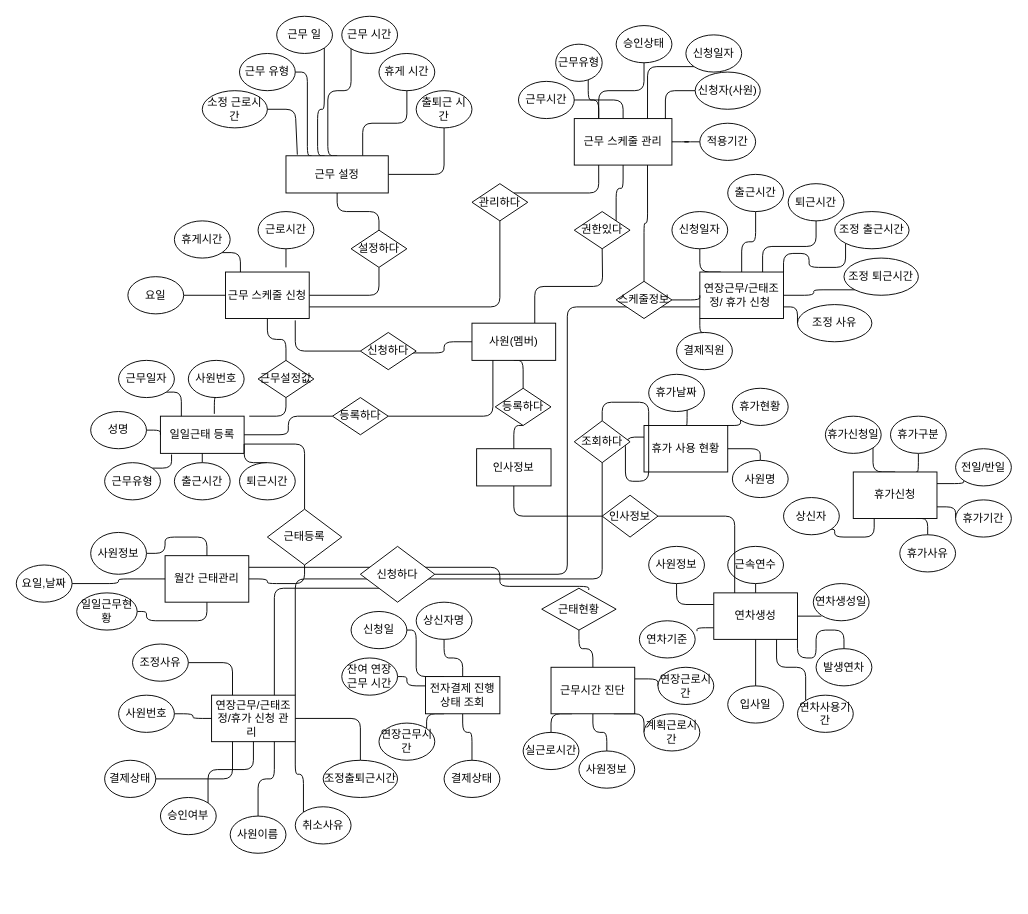
Above: Database/제목 없는 다이어그램.drawio in hearanchoi/TIL (draw.io), before the change. Source tidied: cells renumbered, new cells numbered last; positions are measured from the earlier drawing's top-left corner, leaving out a move shared by most shapes. Both pictures are drawn from the tidied source at 93%, with x=0, y=0 at pixel (16, 16).
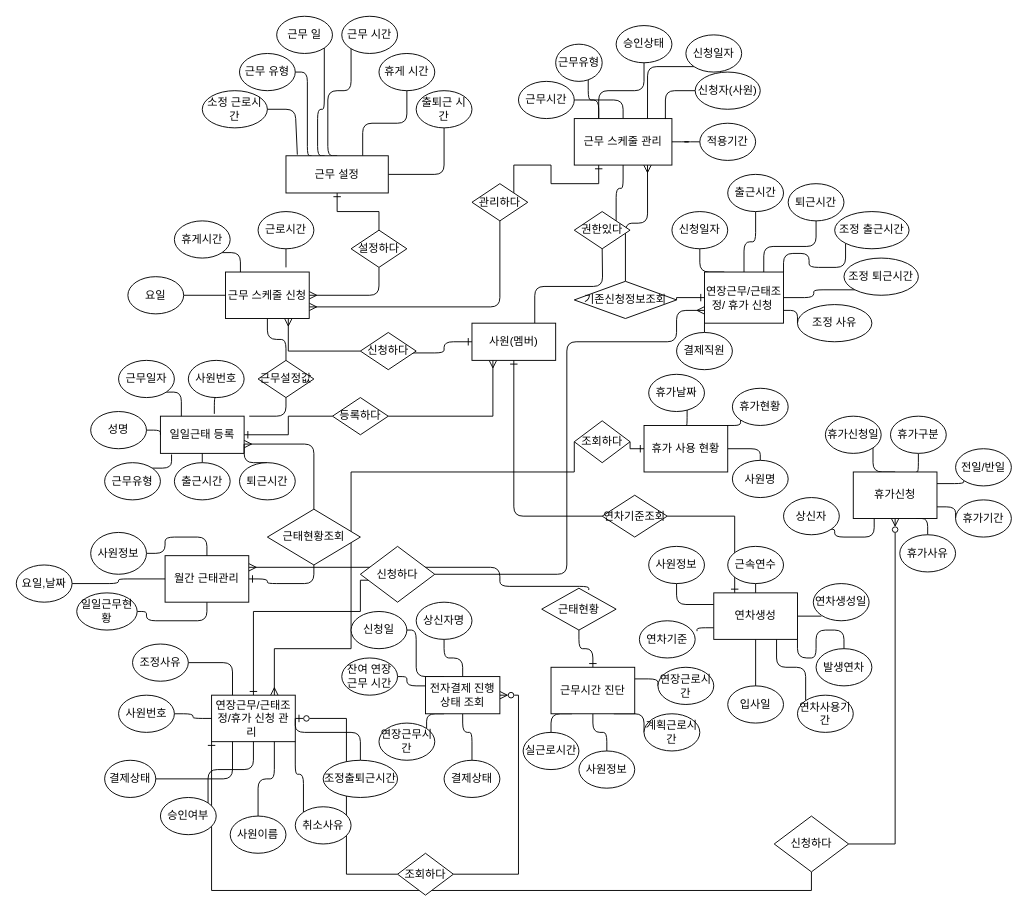
After the change.

Commit message:
근태관리 관계 업데이트

Unchanged cells that the change refers to:
```xml
<mxCell id="7" value="근무 설정" style="rounded=0;whiteSpace=wrap;html=1;labelBackgroundColor=none;" parent="1" vertex="1">
  <mxGeometry x="290" y="150" width="110" height="40" as="geometry" />
</mxCell>
<mxCell id="19" value="근무 스케줄 관리" style="rounded=0;whiteSpace=wrap;html=1;" parent="1" vertex="1">
  <mxGeometry x="600" y="110" width="105" height="50" as="geometry" />
</mxCell>
<mxCell id="32" value="근무 스케줄 신청" style="rounded=0;whiteSpace=wrap;html=1;" parent="1" vertex="1">
  <mxGeometry x="225" y="275" width="90" height="50" as="geometry" />
</mxCell>
<mxCell id="34" value="일일근태 등록" style="rounded=0;whiteSpace=wrap;html=1;" parent="1" vertex="1">
  <mxGeometry x="155" y="430" width="90" height="40" as="geometry" />
</mxCell>
<mxCell id="36" value="연장근무/근태조정/휴가 신청 관리&amp;nbsp;" style="rounded=0;whiteSpace=wrap;html=1;" parent="1" vertex="1">
  <mxGeometry x="210" y="730" width="90" height="50" as="geometry" />
</mxCell>
<mxCell id="50" value="전자결제 진행상태 조회" style="rounded=0;whiteSpace=wrap;html=1;" parent="1" vertex="1">
  <mxGeometry x="440" y="710" width="80" height="40" as="geometry" />
</mxCell>
<mxCell id="58" value="연차생성" style="rounded=0;whiteSpace=wrap;html=1;" parent="1" vertex="1">
  <mxGeometry x="750" y="620" width="90" height="50" as="geometry" />
</mxCell>
<mxCell id="65" value="휴가신청" style="rounded=0;whiteSpace=wrap;html=1;" parent="1" vertex="1">
  <mxGeometry x="900" y="490" width="90" height="50" as="geometry" />
</mxCell>
<mxCell id="69" value="휴가 사용 현황" style="rounded=0;whiteSpace=wrap;html=1;" parent="1" vertex="1">
  <mxGeometry x="675" y="440" width="90" height="50" as="geometry" />
</mxCell>
<mxCell id="73" value="월간 근태관리" style="rounded=0;whiteSpace=wrap;html=1;" parent="1" vertex="1">
  <mxGeometry x="160" y="580" width="90" height="50" as="geometry" />
</mxCell>
<mxCell id="79" value="근무시간 진단" style="rounded=0;whiteSpace=wrap;html=1;" parent="1" vertex="1">
  <mxGeometry x="575" y="700" width="90" height="50" as="geometry" />
</mxCell>
<mxCell id="89" value="사원(멤버)" style="rounded=0;whiteSpace=wrap;html=1;" parent="1" vertex="1">
  <mxGeometry x="490" y="330" width="90" height="40" as="geometry" />
</mxCell>
<mxCell id="91" value="신청하다" style="rhombus;whiteSpace=wrap;html=1;" parent="1" vertex="1">
  <mxGeometry x="370" y="340" width="60" height="40" as="geometry" />
</mxCell>
<mxCell id="93" value="설정하다" style="rhombus;whiteSpace=wrap;html=1;" parent="1" vertex="1">
  <mxGeometry x="360" y="230" width="60" height="40" as="geometry" />
</mxCell>
<mxCell id="95" value="관리하다" style="rhombus;whiteSpace=wrap;html=1;" parent="1" vertex="1">
  <mxGeometry x="490" y="180" width="60" height="40" as="geometry" />
</mxCell>
<mxCell id="110" value="등록하다" style="rhombus;whiteSpace=wrap;html=1;" parent="1" vertex="1">
  <mxGeometry x="340" y="410" width="60" height="40" as="geometry" />
</mxCell>
<mxCell id="138" value="조정출퇴근시간" style="ellipse;whiteSpace=wrap;html=1;labelBackgroundColor=none;" parent="1" vertex="1">
  <mxGeometry x="330" y="800" width="80" height="40" as="geometry" />
</mxCell>
<mxCell id="140" value="신청하다" style="rhombus;whiteSpace=wrap;html=1;" parent="1" vertex="1">
  <mxGeometry x="370" y="570" width="80" height="60" as="geometry" />
</mxCell>
<mxCell id="156" value="근태현황" style="rhombus;whiteSpace=wrap;html=1;" parent="1" vertex="1">
  <mxGeometry x="565" y="615" width="80" height="45" as="geometry" />
</mxCell>
<mxCell id="177" value="조회하다" style="rhombus;whiteSpace=wrap;html=1;" parent="1" vertex="1">
  <mxGeometry x="600" y="435" width="60" height="45" as="geometry" />
</mxCell>
```

Change to the diagram source:
```diff
@@
+    <mxCell id="181" style="edgeStyle=orthogonalEdgeStyle;rounded=0;jettySize=auto;html=1;exitX=0.5;exitY=1;exitDx=0;exitDy=0;entryX=0.5;entryY=0;entryDx=0;entryDy=0;startArrow=ERone;startFill=0;endArrow=none;endFill=0;" parent="1" edge="1" source="7" target="93">
+      <mxGeometry relative="1" as="geometry" />
+    </mxCell>
@@
-    <mxCell id="18" style="edgeStyle=orthogonalEdgeStyle;rounded=1;jettySize=auto;html=1;exitX=0.75;exitY=1;exitDx=0;exitDy=0;entryX=0.5;entryY=0;entryDx=0;entryDy=0;endArrow=none;endFill=0;" parent="1" edge="1" source="19" target="122">
+    <mxCell id="18" style="edgeStyle=orthogonalEdgeStyle;rounded=1;jettySize=auto;html=1;exitX=0.75;exitY=1;exitDx=0;exitDy=0;entryX=0.5;entryY=0;entryDx=0;entryDy=0;endArrow=none;endFill=0;startArrow=ERmany;startFill=0;" parent="1" edge="1" source="19" target="122">
       <mxGeometry relative="1" as="geometry" />
     </mxCell>
+    <mxCell id="182" style="edgeStyle=orthogonalEdgeStyle;rounded=0;jettySize=auto;html=1;exitX=0.25;exitY=1;exitDx=0;exitDy=0;entryX=1;entryY=0;entryDx=0;entryDy=0;startArrow=ERone;startFill=0;endArrow=none;endFill=0;" parent="1" edge="1" source="19" target="95">
+      <mxGeometry relative="1" as="geometry" />
+    </mxCell>
@@
-    <mxCell id="29" style="edgeStyle=orthogonalEdgeStyle;rounded=1;jettySize=auto;html=1;exitX=1;exitY=0.5;exitDx=0;exitDy=0;entryX=0.5;entryY=1;entryDx=0;entryDy=0;endArrow=none;endFill=0;" parent="1" edge="1" source="32" target="93">
+    <mxCell id="29" style="edgeStyle=orthogonalEdgeStyle;rounded=1;jettySize=auto;html=1;exitX=1;exitY=0.5;exitDx=0;exitDy=0;entryX=0.5;entryY=1;entryDx=0;entryDy=0;endArrow=none;endFill=0;startArrow=ERmany;startFill=0;" parent="1" edge="1" source="32" target="93">
       <mxGeometry relative="1" as="geometry" />
     </mxCell>
-    <mxCell id="30" style="edgeStyle=orthogonalEdgeStyle;rounded=1;jettySize=auto;html=1;exitX=1;exitY=0.75;exitDx=0;exitDy=0;entryX=0.5;entryY=1;entryDx=0;entryDy=0;endArrow=none;endFill=0;" parent="1" edge="1" source="32" target="95">
+    <mxCell id="30" style="edgeStyle=orthogonalEdgeStyle;rounded=1;jettySize=auto;html=1;exitX=1;exitY=0.75;exitDx=0;exitDy=0;entryX=0.5;entryY=1;entryDx=0;entryDy=0;endArrow=none;endFill=0;startArrow=ERmany;startFill=0;" parent="1" edge="1" source="32" target="95">
       <mxGeometry relative="1" as="geometry" />
     </mxCell>
@@
+    <mxCell id="183" style="edgeStyle=orthogonalEdgeStyle;rounded=0;jettySize=auto;html=1;exitX=0.75;exitY=1;exitDx=0;exitDy=0;entryX=0;entryY=0.5;entryDx=0;entryDy=0;startArrow=ERmany;startFill=0;endArrow=none;endFill=0;" parent="1" edge="1" source="32" target="91">
+      <mxGeometry relative="1" as="geometry" />
+    </mxCell>
@@
-    <mxCell id="33" style="edgeStyle=orthogonalEdgeStyle;rounded=1;jettySize=auto;html=1;exitX=1;exitY=0.75;exitDx=0;exitDy=0;endArrow=none;endFill=0;" parent="1" edge="1" source="34" target="151">
+    <mxCell id="33" style="edgeStyle=orthogonalEdgeStyle;rounded=1;jettySize=auto;html=1;exitX=1;exitY=0.75;exitDx=0;exitDy=0;endArrow=none;endFill=0;startArrow=ERmany;startFill=0;" parent="1" edge="1" source="34" target="151">
       <mxGeometry relative="1" as="geometry" />
     </mxCell>
+    <mxCell id="184" style="edgeStyle=orthogonalEdgeStyle;rounded=0;jettySize=auto;html=1;exitX=1;exitY=0.5;exitDx=0;exitDy=0;entryX=0;entryY=0.5;entryDx=0;entryDy=0;startArrow=ERone;startFill=0;endArrow=none;endFill=0;" parent="1" edge="1" source="34" target="110">
+      <mxGeometry relative="1" as="geometry" />
+    </mxCell>
@@
+    <mxCell id="185" style="edgeStyle=orthogonalEdgeStyle;rounded=0;jettySize=auto;html=1;exitX=0.5;exitY=0;exitDx=0;exitDy=0;entryX=0.113;entryY=0.606;entryDx=0;entryDy=0;entryPerimeter=0;startArrow=ERone;startFill=0;endArrow=none;endFill=0;" parent="1" edge="1" source="36" target="140">
+      <mxGeometry relative="1" as="geometry">
+        <Array as="points">
+          <mxPoint x="255" y="640" />
+          <mxPoint x="370" y="640" />
+          <mxPoint x="370" y="606" />
+        </Array>
+      </mxGeometry>
+    </mxCell>
-    <mxCell id="35" style="edgeStyle=orthogonalEdgeStyle;rounded=1;jettySize=auto;html=1;exitX=1;exitY=0;exitDx=0;exitDy=0;entryX=0.5;entryY=1;entryDx=0;entryDy=0;endArrow=none;endFill=0;" parent="1" edge="1" source="36" target="177">
-      <mxGeometry relative="1" as="geometry" />
+    <mxCell id="35" style="edgeStyle=orthogonalEdgeStyle;rounded=0;jettySize=auto;html=1;exitX=0.75;exitY=0;exitDx=0;exitDy=0;entryX=0;entryY=0.5;entryDx=0;entryDy=0;startArrow=ERmany;startFill=0;endArrow=none;endFill=0;" parent="1" edge="1" source="36" target="177">
+      <mxGeometry relative="1" as="geometry">
+        <Array as="points">
+          <mxPoint x="278" y="680" />
+          <mxPoint x="360" y="680" />
+          <mxPoint x="360" y="490" />
+          <mxPoint x="600" y="490" />
+        </Array>
+      </mxGeometry>
     </mxCell>
+    <mxCell id="186" style="edgeStyle=orthogonalEdgeStyle;rounded=0;jettySize=auto;html=1;exitX=1;exitY=0.5;exitDx=0;exitDy=0;entryX=0;entryY=0.5;entryDx=0;entryDy=0;startArrow=ERzeroToOne;startFill=0;endArrow=none;endFill=0;" parent="1" edge="1" source="36" target="194">
+      <mxGeometry relative="1" as="geometry" />
+    </mxCell>
+    <mxCell id="187" style="edgeStyle=orthogonalEdgeStyle;rounded=0;jettySize=auto;html=1;exitX=0;exitY=1;exitDx=0;exitDy=0;entryX=0.5;entryY=1;entryDx=0;entryDy=0;startArrow=ERone;startFill=0;endArrow=none;endFill=0;" parent="1" edge="1" source="36" target="195">
+      <mxGeometry relative="1" as="geometry" />
+    </mxCell>
@@
-    <mxCell id="43" style="edgeStyle=orthogonalEdgeStyle;rounded=1;jettySize=auto;html=1;exitX=0;exitY=0.75;exitDx=0;exitDy=0;entryX=1;entryY=0.5;entryDx=0;entryDy=0;endArrow=none;endFill=0;" parent="1" edge="1" source="44" target="140">
-      <mxGeometry relative="1" as="geometry" />
+    <mxCell id="43" style="edgeStyle=orthogonalEdgeStyle;rounded=1;jettySize=auto;html=1;entryX=1;entryY=0.5;entryDx=0;entryDy=0;endArrow=none;endFill=0;startArrow=ERmany;startFill=0;exitX=0;exitY=0.75;exitDx=0;exitDy=0;" parent="1" edge="1" source="44" target="140">
+      <mxGeometry relative="1" as="geometry">
+        <Array as="points">
+          <mxPoint x="710" y="316" />
+          <mxPoint x="710" y="350" />
+          <mxPoint x="592" y="350" />
+          <mxPoint x="592" y="600" />
+        </Array>
+      </mxGeometry>
     </mxCell>
+    <mxCell id="188" style="edgeStyle=orthogonalEdgeStyle;rounded=0;jettySize=auto;html=1;exitX=0;exitY=0.5;exitDx=0;exitDy=0;entryX=1;entryY=0.5;entryDx=0;entryDy=0;startArrow=ERone;startFill=0;endArrow=none;endFill=0;" parent="1" edge="1" source="44" target="122">
+      <mxGeometry relative="1" as="geometry" />
+    </mxCell>
     <mxCell id="44" value="연장근무/근태조정/ 휴가 신청&amp;nbsp;" style="rounded=0;whiteSpace=wrap;html=1;" parent="1" vertex="1">
-      <mxGeometry x="735" y="275" width="90" height="50" as="geometry" />
+      <mxGeometry x="740" y="275" width="85" height="55" as="geometry" />
     </mxCell>
@@
+    <mxCell id="189" style="edgeStyle=orthogonalEdgeStyle;rounded=0;jettySize=auto;html=1;exitX=1;exitY=0.5;exitDx=0;exitDy=0;entryX=1;entryY=0.5;entryDx=0;entryDy=0;startArrow=ERzeroToMany;startFill=0;endArrow=none;endFill=0;" parent="1" edge="1" source="50" target="194">
+      <mxGeometry relative="1" as="geometry" />
+    </mxCell>
@@
+    <mxCell id="190" style="edgeStyle=orthogonalEdgeStyle;rounded=0;jettySize=auto;html=1;exitX=0.25;exitY=0;exitDx=0;exitDy=0;entryX=1;entryY=0.5;entryDx=0;entryDy=0;startArrow=ERone;startFill=0;endArrow=none;endFill=0;" parent="1" edge="1" source="58" target="171">
+      <mxGeometry relative="1" as="geometry" />
+    </mxCell>
@@
+    <mxCell id="191" style="edgeStyle=orthogonalEdgeStyle;rounded=0;jettySize=auto;html=1;exitX=0.5;exitY=1;exitDx=0;exitDy=0;entryX=1;entryY=0.5;entryDx=0;entryDy=0;startArrow=ERzeroToMany;startFill=0;endArrow=none;endFill=0;" parent="1" edge="1" source="65" target="195">
+      <mxGeometry relative="1" as="geometry" />
+    </mxCell>
@@
+    <mxCell id="192" style="edgeStyle=orthogonalEdgeStyle;rounded=0;jettySize=auto;html=1;exitX=0;exitY=0.5;exitDx=0;exitDy=0;entryX=1;entryY=0.5;entryDx=0;entryDy=0;startArrow=ERone;startFill=0;endArrow=none;endFill=0;" parent="1" edge="1" source="69" target="177">
+      <mxGeometry relative="1" as="geometry" />
+    </mxCell>
@@
-    <mxCell id="71" style="edgeStyle=orthogonalEdgeStyle;rounded=1;jettySize=auto;html=1;exitX=1;exitY=0.5;exitDx=0;exitDy=0;entryX=0.5;entryY=1;entryDx=0;entryDy=0;endArrow=none;endFill=0;" parent="1" edge="1" source="73" target="151">
+    <mxCell id="71" style="edgeStyle=orthogonalEdgeStyle;rounded=1;jettySize=auto;html=1;exitX=1;exitY=0.5;exitDx=0;exitDy=0;entryX=0.5;entryY=1;entryDx=0;entryDy=0;endArrow=none;endFill=0;startArrow=ERone;startFill=0;" parent="1" edge="1" source="73" target="151">
       <mxGeometry relative="1" as="geometry" />
     </mxCell>
-    <mxCell id="72" style="edgeStyle=orthogonalEdgeStyle;rounded=1;jettySize=auto;html=1;exitX=1;exitY=0.25;exitDx=0;exitDy=0;entryX=0.632;entryY=0.043;entryDx=0;entryDy=0;entryPerimeter=0;endArrow=none;endFill=0;" parent="1" edge="1" source="73" target="156">
+    <mxCell id="72" style="edgeStyle=orthogonalEdgeStyle;rounded=1;jettySize=auto;html=1;exitX=1;exitY=0.25;exitDx=0;exitDy=0;entryX=0.632;entryY=0.043;entryDx=0;entryDy=0;entryPerimeter=0;endArrow=none;endFill=0;startArrow=ERmany;startFill=0;" parent="1" edge="1" source="73" target="156">
       <mxGeometry relative="1" as="geometry">
         <Array as="points">
-          <mxPoint x="520" y="593" />
+          <mxPoint x="520" y="592" />
           <mxPoint x="520" y="613" />
+          <mxPoint x="616" y="613" />
         </Array>
       </mxGeometry>
     </mxCell>
@@
-    <mxCell id="78" style="edgeStyle=orthogonalEdgeStyle;rounded=1;jettySize=auto;html=1;exitX=0.5;exitY=0;exitDx=0;exitDy=0;endArrow=none;endFill=0;" parent="1" edge="1" source="79" target="156">
+    <mxCell id="78" style="edgeStyle=orthogonalEdgeStyle;rounded=1;jettySize=auto;html=1;exitX=0.5;exitY=0;exitDx=0;exitDy=0;endArrow=none;endFill=0;startArrow=ERone;startFill=0;" parent="1" edge="1" source="79" target="156">
       <mxGeometry relative="1" as="geometry" />
     </mxCell>
@@
-    <mxCell id="86" style="edgeStyle=orthogonalEdgeStyle;rounded=1;jettySize=auto;html=1;exitX=0;exitY=0.5;exitDx=0;exitDy=0;entryX=0.9;entryY=0.55;entryDx=0;entryDy=0;entryPerimeter=0;endArrow=none;endFill=0;" parent="1" edge="1" source="89" target="91">
+    <mxCell id="86" style="edgeStyle=orthogonalEdgeStyle;rounded=1;jettySize=auto;html=1;exitX=0;exitY=0.5;exitDx=0;exitDy=0;entryX=0.9;entryY=0.55;entryDx=0;entryDy=0;entryPerimeter=0;endArrow=none;endFill=0;startArrow=ERone;startFill=0;" parent="1" edge="1" source="89" target="91">
       <mxGeometry relative="1" as="geometry" />
     </mxCell>
@@
-    <mxCell id="88" style="edgeStyle=orthogonalEdgeStyle;rounded=1;jettySize=auto;html=1;exitX=0.5;exitY=1;exitDx=0;exitDy=0;entryX=0.5;entryY=0;entryDx=0;entryDy=0;endArrow=none;endFill=0;" parent="1" edge="1" source="89" target="175">
-      <mxGeometry relative="1" as="geometry" />
-    </mxCell>
+    <mxCell id="193" style="edgeStyle=orthogonalEdgeStyle;rounded=0;jettySize=auto;html=1;exitX=0.25;exitY=1;exitDx=0;exitDy=0;entryX=1;entryY=0.5;entryDx=0;entryDy=0;startArrow=ERmany;startFill=0;endArrow=none;endFill=0;" parent="1" edge="1" source="89" target="110">
+      <mxGeometry relative="1" as="geometry" />
+    </mxCell>
@@
-    <mxCell id="90" style="edgeStyle=orthogonalEdgeStyle;rounded=1;jettySize=auto;html=1;exitX=0;exitY=0.5;exitDx=0;exitDy=0;entryX=0.833;entryY=1.04;entryDx=0;entryDy=0;entryPerimeter=0;endArrow=none;endFill=0;" parent="1" edge="1" source="91" target="32">
-      <mxGeometry relative="1" as="geometry" />
-    </mxCell>
@@
-    <mxCell id="92" style="edgeStyle=orthogonalEdgeStyle;rounded=1;jettySize=auto;html=1;exitX=0.5;exitY=0;exitDx=0;exitDy=0;endArrow=none;endFill=0;" parent="1" edge="1" source="93" target="7">
-      <mxGeometry relative="1" as="geometry" />
-    </mxCell>
@@
-    <mxCell id="94" style="edgeStyle=orthogonalEdgeStyle;rounded=1;jettySize=auto;html=1;exitX=1;exitY=0;exitDx=0;exitDy=0;entryX=0.25;entryY=1;entryDx=0;entryDy=0;endArrow=none;endFill=0;" parent="1" edge="1" source="95" target="19">
-      <mxGeometry relative="1" as="geometry" />
-    </mxCell>
@@
-    <mxCell id="108" style="edgeStyle=orthogonalEdgeStyle;rounded=1;jettySize=auto;html=1;exitX=1;exitY=0.5;exitDx=0;exitDy=0;entryX=0.25;entryY=1;entryDx=0;entryDy=0;endArrow=none;endFill=0;" parent="1" edge="1" source="110" target="89">
-      <mxGeometry relative="1" as="geometry" />
-    </mxCell>
-    <mxCell id="109" style="edgeStyle=orthogonalEdgeStyle;rounded=1;jettySize=auto;html=1;exitX=0;exitY=0.5;exitDx=0;exitDy=0;entryX=1;entryY=0.5;entryDx=0;entryDy=0;endArrow=none;endFill=0;" parent="1" edge="1" source="110" target="34">
-      <mxGeometry relative="1" as="geometry" />
-    </mxCell>
@@
-    <mxCell id="121" style="edgeStyle=orthogonalEdgeStyle;rounded=1;jettySize=auto;html=1;exitX=1;exitY=0.5;exitDx=0;exitDy=0;entryX=0;entryY=0.5;entryDx=0;entryDy=0;endArrow=none;endFill=0;" parent="1" edge="1" source="122" target="44">
-      <mxGeometry relative="1" as="geometry" />
-    </mxCell>
-    <mxCell id="122" value="스케줄정보" style="rhombus;whiteSpace=wrap;html=1;" parent="1" vertex="1">
-      <mxGeometry x="645" y="285" width="60" height="40" as="geometry" />
+    <mxCell id="122" value="기존신청정보조회" style="rhombus;whiteSpace=wrap;html=1;" parent="1" vertex="1">
+      <mxGeometry x="600" y="285" width="110" height="40" as="geometry" />
     </mxCell>
@@
     <mxCell id="137" style="edgeStyle=orthogonalEdgeStyle;rounded=1;jettySize=auto;html=1;exitX=0.5;exitY=0;exitDx=0;exitDy=0;entryX=1;entryY=0.5;entryDx=0;entryDy=0;endArrow=none;endFill=0;" parent="1" edge="1" source="138" target="36">
-      <mxGeometry relative="1" as="geometry" />
+      <mxGeometry relative="1" as="geometry">
+        <Array as="points">
+          <mxPoint x="370" y="770" />
+          <mxPoint x="300" y="770" />
+        </Array>
+      </mxGeometry>
     </mxCell>
@@
-    <mxCell id="139" style="edgeStyle=orthogonalEdgeStyle;rounded=1;jettySize=auto;html=1;exitX=0;exitY=1;exitDx=0;exitDy=0;entryX=0.75;entryY=0;entryDx=0;entryDy=0;endArrow=none;endFill=0;" parent="1" edge="1" source="140" target="36">
-      <mxGeometry relative="1" as="geometry" />
-    </mxCell>
@@
-    <mxCell id="151" value="근태등록" style="rhombus;whiteSpace=wrap;html=1;" parent="1" vertex="1">
-      <mxGeometry x="270" y="530" width="80" height="60" as="geometry" />
+    <mxCell id="151" value="근태현황조회" style="rhombus;whiteSpace=wrap;html=1;" parent="1" vertex="1">
+      <mxGeometry x="270" y="530" width="100" height="60" as="geometry" />
     </mxCell>
@@
-    <mxCell id="170" style="edgeStyle=orthogonalEdgeStyle;rounded=1;jettySize=auto;html=1;exitX=1;exitY=0.5;exitDx=0;exitDy=0;entryX=0.25;entryY=0;entryDx=0;entryDy=0;endArrow=none;endFill=0;" parent="1" edge="1" source="171" target="58">
-      <mxGeometry relative="1" as="geometry" />
-    </mxCell>
-    <mxCell id="171" value="인사정보" style="rhombus;whiteSpace=wrap;html=1;" parent="1" vertex="1">
-      <mxGeometry x="630" y="515" width="60" height="45" as="geometry" />
+    <mxCell id="171" value="연차기준조회" style="rhombus;whiteSpace=wrap;html=1;" parent="1" vertex="1">
+      <mxGeometry x="630" y="515" width="70" height="45" as="geometry" />
     </mxCell>
-    <mxCell id="172" style="edgeStyle=orthogonalEdgeStyle;rounded=1;jettySize=auto;html=1;exitX=0.5;exitY=1;exitDx=0;exitDy=0;entryX=0;entryY=0.5;entryDx=0;entryDy=0;endArrow=none;endFill=0;" parent="1" edge="1" source="173" target="171">
+    <mxCell id="172" style="edgeStyle=orthogonalEdgeStyle;rounded=1;jettySize=auto;html=1;entryX=0;entryY=0.5;entryDx=0;entryDy=0;endArrow=none;endFill=0;exitX=0.5;exitY=1;exitDx=0;exitDy=0;startArrow=ERone;startFill=0;" parent="1" edge="1" source="89" target="171">
       <mxGeometry relative="1" as="geometry" />
     </mxCell>
-    <mxCell id="173" value="인사정보" style="rounded=0;whiteSpace=wrap;html=1;" parent="1" vertex="1">
-      <mxGeometry x="495" y="465" width="80" height="40" as="geometry" />
-    </mxCell>
-    <mxCell id="174" style="edgeStyle=orthogonalEdgeStyle;rounded=1;jettySize=auto;html=1;exitX=0.5;exitY=1;exitDx=0;exitDy=0;entryX=0.5;entryY=0;entryDx=0;entryDy=0;endArrow=none;endFill=0;" parent="1" edge="1" source="175" target="173">
-      <mxGeometry relative="1" as="geometry" />
-    </mxCell>
-    <mxCell id="175" value="등록하다" style="rhombus;whiteSpace=wrap;html=1;" parent="1" vertex="1">
-      <mxGeometry x="515" y="400" width="60" height="40" as="geometry" />
-    </mxCell>
-    <mxCell id="176" style="edgeStyle=orthogonalEdgeStyle;rounded=1;jettySize=auto;html=1;exitX=0.5;exitY=0;exitDx=0;exitDy=0;entryX=0;entryY=0.25;entryDx=0;entryDy=0;endArrow=none;endFill=0;" parent="1" edge="1" source="177" target="69">
-      <mxGeometry relative="1" as="geometry" />
-    </mxCell>
@@
+    <mxCell id="194" value="조회하다" style="rhombus;whiteSpace=wrap;html=1;" parent="1" vertex="1">
+      <mxGeometry x="410" y="900" width="60" height="45" as="geometry" />
+    </mxCell>
+    <mxCell id="195" value="신청하다" style="rhombus;whiteSpace=wrap;html=1;" parent="1" vertex="1">
+      <mxGeometry x="815" y="860" width="80" height="60" as="geometry" />
+    </mxCell>
```
